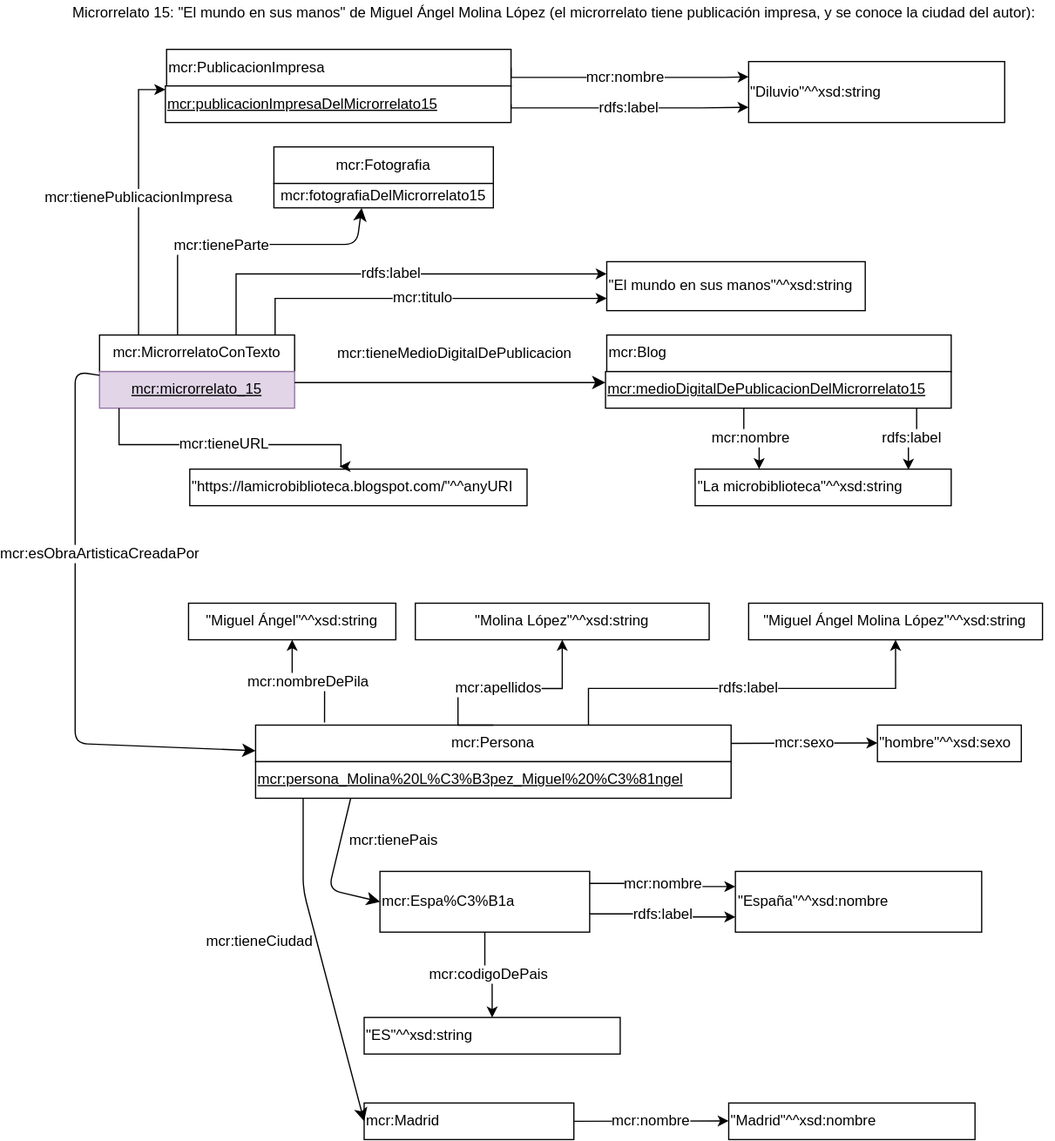
This is microrrelato_015.svg from marianofl1971/microrrelatos, a draw.io export, as it was before one commit. Source tidied: cells renumbered, new cells last; positions are measured from the earlier drawing's top-left corner, leaving out a move shared by most shapes. Source of this version:
```xml
<mxGraphModel>
  <root>
    <mxCell id="0" />
    <mxCell id="1" parent="0" />
    <mxCell id="2" value="mcr:MicrorrelatoConTexto" style="rounded=0;whiteSpace=wrap;html=1;snapToPoint=1;points=[[0.1,0],[0.2,0],[0.3,0],[0.4,0],[0.5,0],[0.6,0],[0.7,0],[0.8,0],[0.9,0],[0,0.1],[0,0.3],[0,0.5],[0,0.7],[0,0.9],[0.1,1],[0.2,1],[0.3,1],[0.4,1],[0.5,1],[0.6,1],[0.7,1],[0.8,1],[0.9,1],[1,0.1],[1,0.3],[1,0.5],[1,0.7],[1,0.9]];fontSize=12;" parent="1" vertex="1">
      <mxGeometry x="37" y="274.3" width="160" height="30" as="geometry" />
    </mxCell>
    <mxCell id="3" value="mcr:microrrelato_15" style="rounded=0;whiteSpace=wrap;html=1;snapToPoint=1;points=[[0.1,0],[0.2,0],[0.3,0],[0.4,0],[0.5,0],[0.6,0],[0.7,0],[0.8,0],[0.9,0],[0,0.1],[0,0.3],[0,0.5],[0,0.7],[0,0.9],[0.1,1],[0.2,1],[0.3,1],[0.4,1],[0.5,1],[0.6,1],[0.7,1],[0.8,1],[0.9,1],[1,0.1],[1,0.3],[1,0.5],[1,0.7],[1,0.9]];fontStyle=4;fontSize=12;fillColor=#e1d5e7;strokeColor=#9673a6;" parent="1" vertex="1">
      <mxGeometry x="37" y="304.3" width="160" height="30" as="geometry" />
    </mxCell>
    <mxCell id="4" value="mcr:Persona" style="rounded=0;whiteSpace=wrap;html=1;snapToPoint=1;points=[[0.1,0],[0.2,0],[0.3,0],[0.4,0],[0.5,0],[0.6,0],[0.7,0],[0.8,0],[0.9,0],[0,0.1],[0,0.3],[0,0.5],[0,0.7],[0,0.9],[0.1,1],[0.2,1],[0.3,1],[0.4,1],[0.5,1],[0.6,1],[0.7,1],[0.8,1],[0.9,1],[1,0.1],[1,0.3],[1,0.5],[1,0.7],[1,0.9]];fontSize=12;" parent="1" vertex="1">
      <mxGeometry x="165" y="594.3" width="390" height="30" as="geometry" />
    </mxCell>
    <mxCell id="5" value="mcr:persona_Molina%20L%C3%B3pez_Miguel%20%C3%81ngel" style="rounded=0;whiteSpace=wrap;html=1;snapToPoint=1;points=[[0.1,0],[0.2,0],[0.3,0],[0.4,0],[0.5,0],[0.6,0],[0.7,0],[0.8,0],[0.9,0],[0,0.1],[0,0.3],[0,0.5],[0,0.7],[0,0.9],[0.1,1],[0.2,1],[0.3,1],[0.4,1],[0.5,1],[0.6,1],[0.7,1],[0.8,1],[0.9,1],[1,0.1],[1,0.3],[1,0.5],[1,0.7],[1,0.9]];fontStyle=4;fontSize=12;align=left;" parent="1" vertex="1">
      <mxGeometry x="165" y="624.3" width="390" height="30" as="geometry" />
    </mxCell>
    <mxCell id="6" style="endArrow=classic;html=1;exitX=0;exitY=0.1;exitDx=0;exitDy=0;entryX=0;entryY=0.7;entryDx=0;entryDy=0;endSize=8;fontSize=12;" parent="1" edge="1" source="3" target="4">
      <mxGeometry relative="1" as="geometry">
        <Array as="points">
          <mxPoint x="17" y="304.3" />
          <mxPoint x="17" y="609.3" />
        </Array>
      </mxGeometry>
    </mxCell>
    <mxCell id="7" value="mcr:esObraArtisticaCreadaPor" style="text;html=1;align=center;verticalAlign=middle;labelBackgroundColor=#ffffff;fontSize=12;" parent="6" vertex="1">
      <mxGeometry x="-0.13" relative="1" as="geometry">
        <mxPoint x="19.6" y="-37.2" as="offset" />
      </mxGeometry>
    </mxCell>
    <mxCell id="8" value="&quot;Miguel Ángel&quot;^^xsd:string" style="rounded=0;whiteSpace=wrap;html=1;snapToPoint=1;fontSize=12;" parent="1" vertex="1">
      <mxGeometry x="110" y="494.3" width="170" height="30" as="geometry" />
    </mxCell>
    <mxCell id="9" value="&quot;Molina López&quot;^^xsd:string" style="rounded=0;whiteSpace=wrap;html=1;snapToPoint=1;fontSize=12;" parent="1" vertex="1">
      <mxGeometry x="296" y="494.3" width="241" height="30" as="geometry" />
    </mxCell>
    <mxCell id="10" value="mcr:apellidos" style="edgeStyle=orthogonalEdgeStyle;rounded=0;jettySize=auto;html=1;fontSize=12;entryX=0.5;entryY=1;entryDx=0;entryDy=0;exitX=0.5;exitY=0;exitDx=0;exitDy=0;" parent="1" edge="1" source="4" target="9">
      <mxGeometry relative="1" as="geometry">
        <Array as="points">
          <mxPoint x="331" y="564.3" />
          <mxPoint x="417" y="564.3" />
        </Array>
      </mxGeometry>
    </mxCell>
    <mxCell id="11" value="mcr:&lt;span&gt;Blog&lt;/span&gt;" style="rounded=0;whiteSpace=wrap;html=1;fontSize=12;align=left;" parent="1" vertex="1">
      <mxGeometry x="453" y="274.3" width="282.5" height="30" as="geometry" />
    </mxCell>
    <mxCell id="12" style="endArrow=classic;html=1;exitX=1;exitY=0.3;exitDx=0;exitDy=0;entryX=0;entryY=0.3;entryDx=0;entryDy=0;endSize=8;fontSize=12;" parent="1" edge="1" source="3" target="16">
      <mxGeometry relative="1" as="geometry" />
    </mxCell>
    <mxCell id="13" value="mcr:tieneMedioDigitalDePublicacion" style="text;html=1;align=center;verticalAlign=middle;labelBackgroundColor=#ffffff;fontSize=12;" parent="12" vertex="1">
      <mxGeometry x="-0.13" relative="1" as="geometry">
        <mxPoint x="19.6" y="-24" as="offset" />
      </mxGeometry>
    </mxCell>
    <mxCell id="14" value="&quot;hombre&quot;^^xsd:sexo" style="rounded=0;whiteSpace=wrap;html=1;snapToPoint=1;fontSize=12;align=left;" parent="1" vertex="1">
      <mxGeometry x="675" y="594.3" width="118" height="30" as="geometry" />
    </mxCell>
    <mxCell id="15" value="mcr:sexo" style="edgeStyle=orthogonalEdgeStyle;rounded=0;jettySize=auto;html=1;exitX=1;exitY=0.5;exitDx=0;exitDy=0;fontSize=12;" parent="1" edge="1" source="4" target="14">
      <mxGeometry relative="1" as="geometry" />
    </mxCell>
    <mxCell id="16" value="&lt;u style=&quot;font-size: 12px&quot;&gt;mcr:medioDigitalDePublicacionDelMicrorrelato15&lt;/u&gt;" style="rounded=0;whiteSpace=wrap;html=1;snapToPoint=1;points=[[0.1,0],[0.2,0],[0.3,0],[0.4,0],[0.5,0],[0.6,0],[0.7,0],[0.8,0],[0.9,0],[0,0.1],[0,0.3],[0,0.5],[0,0.7],[0,0.9],[0.1,1],[0.2,1],[0.3,1],[0.4,1],[0.5,1],[0.6,1],[0.7,1],[0.8,1],[0.9,1],[1,0.1],[1,0.3],[1,0.5],[1,0.7],[1,0.9]];fontSize=12;align=left;" parent="1" vertex="1">
      <mxGeometry x="452" y="304.3" width="283.5" height="30" as="geometry" />
    </mxCell>
    <mxCell id="17" value="&quot;La microbiblioteca&quot;^^xsd:string" style="rounded=0;whiteSpace=wrap;html=1;snapToPoint=1;fontSize=12;align=left;" parent="1" vertex="1">
      <mxGeometry x="525.5" y="384.3" width="210" height="30" as="geometry" />
    </mxCell>
    <mxCell id="18" value="rdfs:label" style="edgeStyle=orthogonalEdgeStyle;rounded=0;jettySize=auto;html=1;fontSize=12;exitX=0.9;exitY=1;exitDx=0;exitDy=0;entryX=0.833;entryY=0.018;entryDx=0;entryDy=0;entryPerimeter=0;" parent="1" edge="1" source="16" target="17">
      <mxGeometry relative="1" as="geometry" />
    </mxCell>
    <mxCell id="19" value="&quot;&lt;a href=&quot;https://lamicrobiblioteca.blogspot.com/&quot; target=&quot;_blank&quot;&gt;https://lamicrobiblioteca.blogspot.com/&lt;/a&gt;&quot;^^anyURI" style="rounded=0;whiteSpace=wrap;html=1;snapToPoint=1;fontSize=12;align=left;fontStyle=0;" parent="1" vertex="1">
      <mxGeometry x="111" y="384.3" width="276.6" height="30" as="geometry" />
    </mxCell>
    <mxCell id="20" value="mcr:tieneURL" style="edgeStyle=orthogonalEdgeStyle;rounded=0;jettySize=auto;html=1;exitX=0.1;exitY=1;exitDx=0;exitDy=0;fontSize=12;entryX=0.444;entryY=-0.071;entryDx=0;entryDy=0;entryPerimeter=0;" parent="1" edge="1" source="3" target="19">
      <mxGeometry relative="1" as="geometry">
        <Array as="points">
          <mxPoint x="53" y="364.3" />
          <mxPoint x="235" y="364.3" />
        </Array>
      </mxGeometry>
    </mxCell>
    <mxCell id="21" value="mcr:Espa%C3%B1a" style="rounded=0;whiteSpace=wrap;html=1;snapToPoint=1;points=[[0.1,0],[0.2,0],[0.3,0],[0.4,0],[0.5,0],[0.6,0],[0.7,0],[0.8,0],[0.9,0],[0,0.1],[0,0.3],[0,0.5],[0,0.7],[0,0.9],[0.1,1],[0.2,1],[0.3,1],[0.4,1],[0.5,1],[0.6,1],[0.7,1],[0.8,1],[0.9,1],[1,0.1],[1,0.3],[1,0.5],[1,0.7],[1,0.9]];fontSize=12;align=left;" parent="1" vertex="1">
      <mxGeometry x="267" y="714.3" width="172" height="49.8" as="geometry" />
    </mxCell>
    <mxCell id="22" style="endArrow=classic;html=1;entryX=0;entryY=0.5;entryDx=0;entryDy=0;endSize=8;fontSize=12;exitX=0.2;exitY=1;exitDx=0;exitDy=0;" parent="1" edge="1" source="5" target="21">
      <mxGeometry relative="1" as="geometry">
        <Array as="points">
          <mxPoint x="225" y="729.3" />
        </Array>
      </mxGeometry>
    </mxCell>
    <mxCell id="23" value="mcr:tienePais" style="text;html=1;align=center;verticalAlign=middle;labelBackgroundColor=#ffffff;fontSize=12;" parent="22" vertex="1">
      <mxGeometry x="-0.13" relative="1" as="geometry">
        <mxPoint x="47.3" y="-17.2" as="offset" />
      </mxGeometry>
    </mxCell>
    <mxCell id="24" value="&quot;España&quot;^^xsd:nombre" style="rounded=0;whiteSpace=wrap;html=1;snapToPoint=1;fontSize=12;align=left;" parent="1" vertex="1">
      <mxGeometry x="558.5" y="714.3" width="202" height="49.8" as="geometry" />
    </mxCell>
    <mxCell id="25" value="mcr:nombre" style="edgeStyle=orthogonalEdgeStyle;rounded=0;jettySize=auto;html=1;fontSize=12;entryX=0;entryY=0.25;entryDx=0;entryDy=0;" parent="1" edge="1" target="24">
      <mxGeometry relative="1" as="geometry">
        <mxPoint x="438.8" y="724.2" as="sourcePoint" />
      </mxGeometry>
    </mxCell>
    <mxCell id="26" value="&quot;El mundo en sus manos&quot;^^xsd:string" style="rounded=0;whiteSpace=wrap;html=1;snapToPoint=1;fontSize=12;align=left;" parent="1" vertex="1">
      <mxGeometry x="453" y="214.2" width="212" height="40.2" as="geometry" />
    </mxCell>
    <mxCell id="27" value="mcr:titulo" style="edgeStyle=orthogonalEdgeStyle;rounded=0;jettySize=auto;html=1;exitX=0.9;exitY=0;exitDx=0;exitDy=0;fontSize=12;entryX=0;entryY=0.75;entryDx=0;entryDy=0;" parent="1" edge="1" source="2" target="26">
      <mxGeometry relative="1" as="geometry" />
    </mxCell>
    <mxCell id="28" value="mcr:nombreDePila" style="edgeStyle=orthogonalEdgeStyle;rounded=0;jettySize=auto;html=1;exitX=0.145;exitY=-0.071;exitDx=0;exitDy=0;fontSize=12;exitPerimeter=0;entryX=0.5;entryY=1;entryDx=0;entryDy=0;" parent="1" edge="1" source="4" target="8">
      <mxGeometry relative="1" as="geometry" />
    </mxCell>
    <mxCell id="29" value="Microrrelato 15: &quot;El mundo en sus manos&quot; de Miguel Ángel Molina López (el microrrelato tiene publicación impresa, y se conoce la ciudad del autor):" style="text;html=1;strokeColor=none;fillColor=none;align=center;verticalAlign=middle;whiteSpace=wrap;rounded=0;fontSize=12;" parent="1" vertex="1">
      <mxGeometry width="820" height="20" as="geometry" />
    </mxCell>
    <mxCell id="30" value="mcr:Madrid" style="rounded=0;whiteSpace=wrap;html=1;snapToPoint=1;points=[[0.1,0],[0.2,0],[0.3,0],[0.4,0],[0.5,0],[0.6,0],[0.7,0],[0.8,0],[0.9,0],[0,0.1],[0,0.3],[0,0.5],[0,0.7],[0,0.9],[0.1,1],[0.2,1],[0.3,1],[0.4,1],[0.5,1],[0.6,1],[0.7,1],[0.8,1],[0.9,1],[1,0.1],[1,0.3],[1,0.5],[1,0.7],[1,0.9]];fontSize=12;align=left;" parent="1" vertex="1">
      <mxGeometry x="254" y="904.3" width="172" height="30" as="geometry" />
    </mxCell>
    <mxCell id="31" value="&quot;Madrid&quot;^^xsd:nombre" style="rounded=0;whiteSpace=wrap;html=1;snapToPoint=1;fontSize=12;align=left;" parent="1" vertex="1">
      <mxGeometry x="553" y="904.3" width="202" height="30" as="geometry" />
    </mxCell>
    <mxCell id="32" value="mcr:nombre" style="edgeStyle=orthogonalEdgeStyle;rounded=0;jettySize=auto;html=1;exitX=1;exitY=0.5;exitDx=0;exitDy=0;fontSize=12;" parent="1" edge="1" source="30" target="31">
      <mxGeometry relative="1" as="geometry" />
    </mxCell>
    <mxCell id="33" style="endArrow=classic;html=1;exitX=0.1;exitY=1;exitDx=0;exitDy=0;entryX=0;entryY=0.5;entryDx=0;entryDy=0;endSize=8;fontSize=12;" parent="1" edge="1" source="5" target="30">
      <mxGeometry relative="1" as="geometry">
        <Array as="points">
          <mxPoint x="204" y="729.3" />
        </Array>
      </mxGeometry>
    </mxCell>
    <mxCell id="34" value="mcr:tieneCiudad" style="text;html=1;align=center;verticalAlign=middle;labelBackgroundColor=#ffffff;fontSize=12;" parent="33" vertex="1">
      <mxGeometry x="-0.13" relative="1" as="geometry">
        <mxPoint x="-47.3" y="-0.4" as="offset" />
      </mxGeometry>
    </mxCell>
    <mxCell id="35" value="mcr:&lt;span&gt;PublicacionImpresa&lt;/span&gt;" style="rounded=0;whiteSpace=wrap;html=1;snapToPoint=1;points=[[0.1,0],[0.2,0],[0.3,0],[0.4,0],[0.5,0],[0.6,0],[0.7,0],[0.8,0],[0.9,0],[0,0.1],[0,0.3],[0,0.5],[0,0.7],[0,0.9],[0.1,1],[0.2,1],[0.3,1],[0.4,1],[0.5,1],[0.6,1],[0.7,1],[0.8,1],[0.9,1],[1,0.1],[1,0.3],[1,0.5],[1,0.7],[1,0.9]];fontSize=12;align=left;" parent="1" vertex="1">
      <mxGeometry x="92" y="40" width="282.5" height="30" as="geometry" />
    </mxCell>
    <mxCell id="36" value="&lt;u style=&quot;font-size: 12px&quot;&gt;mcr:publicacionImpresaDelMicrorrelato15&lt;/u&gt;" style="rounded=0;whiteSpace=wrap;html=1;snapToPoint=1;points=[[0.1,0],[0.2,0],[0.3,0],[0.4,0],[0.5,0],[0.6,0],[0.7,0],[0.8,0],[0.9,0],[0,0.1],[0,0.3],[0,0.5],[0,0.7],[0,0.9],[0.1,1],[0.2,1],[0.3,1],[0.4,1],[0.5,1],[0.6,1],[0.7,1],[0.8,1],[0.9,1],[1,0.1],[1,0.3],[1,0.5],[1,0.7],[1,0.9]];fontSize=12;align=left;" parent="1" vertex="1">
      <mxGeometry x="91" y="70" width="283.5" height="30" as="geometry" />
    </mxCell>
    <mxCell id="37" value="&quot;Diluvio&quot;^^xsd:string" style="rounded=0;whiteSpace=wrap;html=1;snapToPoint=1;fontSize=12;align=left;" parent="1" vertex="1">
      <mxGeometry x="569.4" y="50" width="210" height="50" as="geometry" />
    </mxCell>
    <mxCell id="38" value="mcr:nombre" style="edgeStyle=orthogonalEdgeStyle;rounded=0;jettySize=auto;html=1;fontSize=12;exitX=1;exitY=0.5;exitDx=0;exitDy=0;entryX=0;entryY=0.25;entryDx=0;entryDy=0;" parent="1" edge="1" source="35" target="37">
      <mxGeometry relative="1" as="geometry">
        <Array as="points">
          <mxPoint x="375" y="63" />
          <mxPoint x="550" y="63" />
        </Array>
      </mxGeometry>
    </mxCell>
    <mxCell id="39" value="mcr:tienePublicacionImpresa" style="edgeStyle=orthogonalEdgeStyle;rounded=0;jettySize=auto;html=1;exitX=0.2;exitY=0;exitDx=0;exitDy=0;fontSize=12;entryX=0;entryY=0.1;entryDx=0;entryDy=0;" parent="1" edge="1" source="2" target="36">
      <mxGeometry relative="1" as="geometry" />
    </mxCell>
    <mxCell id="40" value="&quot;ES&quot;^^xsd:string" style="rounded=0;whiteSpace=wrap;html=1;snapToPoint=1;fontSize=12;align=left;" parent="1" vertex="1">
      <mxGeometry x="254" y="834.2" width="210" height="30" as="geometry" />
    </mxCell>
    <mxCell id="41" value="mcr:codigoDePais" style="edgeStyle=orthogonalEdgeStyle;rounded=0;jettySize=auto;html=1;fontSize=12;entryX=0.5;entryY=0;entryDx=0;entryDy=0;" parent="1" edge="1" source="21" target="40">
      <mxGeometry relative="1" as="geometry" />
    </mxCell>
    <mxCell id="42" value="rdfs:label" style="edgeStyle=orthogonalEdgeStyle;rounded=0;jettySize=auto;html=1;exitX=0.7;exitY=0;exitDx=0;exitDy=0;fontSize=12;entryX=0;entryY=0.25;entryDx=0;entryDy=0;" parent="1" edge="1" source="2" target="26">
      <mxGeometry relative="1" as="geometry" />
    </mxCell>
    <mxCell id="43" value="rdfs:label" style="edgeStyle=orthogonalEdgeStyle;rounded=0;jettySize=auto;html=1;fontSize=12;exitX=1;exitY=0.5;exitDx=0;exitDy=0;entryX=0;entryY=0.75;entryDx=0;entryDy=0;" parent="1" edge="1" source="36" target="37">
      <mxGeometry relative="1" as="geometry">
        <Array as="points">
          <mxPoint x="375" y="88" />
          <mxPoint x="530" y="88" />
        </Array>
      </mxGeometry>
    </mxCell>
    <mxCell id="44" value="&quot;Miguel Ángel Molina López&quot;^^xsd:string" style="rounded=0;whiteSpace=wrap;html=1;snapToPoint=1;fontSize=12;" parent="1" vertex="1">
      <mxGeometry x="569.4" y="494.3" width="241" height="30" as="geometry" />
    </mxCell>
    <mxCell id="45" value="rdfs:label" style="edgeStyle=orthogonalEdgeStyle;rounded=0;jettySize=auto;html=1;fontSize=12;entryX=0.5;entryY=1;entryDx=0;entryDy=0;exitX=0.7;exitY=0;exitDx=0;exitDy=0;" parent="1" edge="1" source="4" target="44">
      <mxGeometry relative="1" as="geometry">
        <Array as="points">
          <mxPoint x="437.8" y="564.2" />
          <mxPoint x="689.8" y="564.2" />
        </Array>
      </mxGeometry>
    </mxCell>
    <mxCell id="46" value="rdfs:label" style="edgeStyle=orthogonalEdgeStyle;rounded=0;jettySize=auto;html=1;fontSize=12;entryX=0;entryY=0.75;entryDx=0;entryDy=0;exitX=1;exitY=0.7;exitDx=0;exitDy=0;" parent="1" edge="1" source="21" target="24">
      <mxGeometry relative="1" as="geometry" />
    </mxCell>
    <mxCell id="47" value="mcr:nombre" style="edgeStyle=orthogonalEdgeStyle;rounded=0;jettySize=auto;html=1;fontSize=12;exitX=0.4;exitY=1;exitDx=0;exitDy=0;entryX=0.25;entryY=0;entryDx=0;entryDy=0;" parent="1" edge="1" source="16" target="17">
      <mxGeometry relative="1" as="geometry" />
    </mxCell>
    <mxCell id="48" value="mcr:Fotografia" style="rounded=0;whiteSpace=wrap;html=1;" parent="1" vertex="1">
      <mxGeometry x="180" y="120" width="180" height="30" as="geometry" />
    </mxCell>
    <mxCell id="49" value="mcr:fotografiaDelMicrorrelato15" style="rounded=0;whiteSpace=wrap;html=1;snapToPoint=1;points=[[0.1,0],[0.2,0],[0.3,0],[0.4,0],[0.5,0],[0.6,0],[0.7,0],[0.8,0],[0.9,0],[0,0.1],[0,0.3],[0,0.5],[0,0.7],[0,0.9],[0.1,1],[0.2,1],[0.3,1],[0.4,1],[0.5,1],[0.6,1],[0.7,1],[0.8,1],[0.9,1],[1,0.1],[1,0.3],[1,0.5],[1,0.7],[1,0.9]];" parent="1" vertex="1">
      <mxGeometry x="180" y="150" width="180" height="20" as="geometry" />
    </mxCell>
    <mxCell id="50" style="endArrow=classic;html=1;exitX=0.4;exitY=0;exitDx=0;exitDy=0;entryX=0.4;entryY=1;entryDx=0;entryDy=0;endSize=8;" parent="1" edge="1" source="2" target="49">
      <mxGeometry relative="1" as="geometry">
        <Array as="points">
          <mxPoint x="101" y="200" />
          <mxPoint x="248" y="200" />
        </Array>
      </mxGeometry>
    </mxCell>
    <mxCell id="51" value="mcr:tieneParte" style="text;html=1;align=center;verticalAlign=middle;labelBackgroundColor=#ffffff;" parent="50" vertex="1">
      <mxGeometry x="-0.13" relative="1" as="geometry" />
    </mxCell>
  </root>
</mxGraphModel>
```
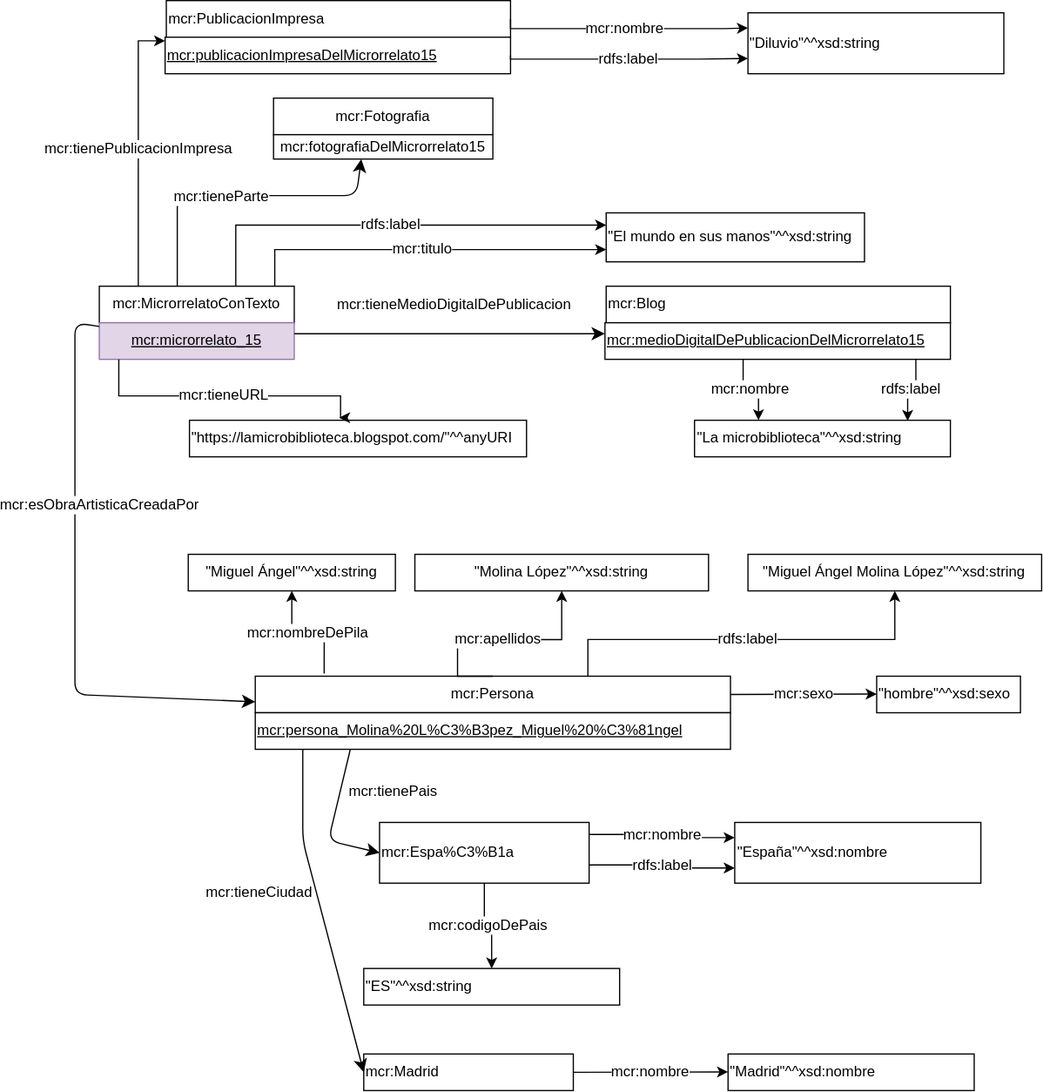
After the commit.

What changed in the source:
```diff
@@ -110,9 +110,6 @@
     <mxCell id="28" value="mcr:nombreDePila" style="edgeStyle=orthogonalEdgeStyle;rounded=0;jettySize=auto;html=1;exitX=0.145;exitY=-0.071;exitDx=0;exitDy=0;fontSize=12;exitPerimeter=0;entryX=0.5;entryY=1;entryDx=0;entryDy=0;" parent="1" edge="1" source="4" target="8">
       <mxGeometry relative="1" as="geometry" />
     </mxCell>
-    <mxCell id="29" value="Microrrelato 15: &quot;El mundo en sus manos&quot; de Miguel Ángel Molina López (el microrrelato tiene publicación impresa, y se conoce la ciudad del autor):" style="text;html=1;strokeColor=none;fillColor=none;align=center;verticalAlign=middle;whiteSpace=wrap;rounded=0;fontSize=12;" parent="1" vertex="1">
-      <mxGeometry width="820" height="20" as="geometry" />
-    </mxCell>
     <mxCell id="30" value="mcr:Madrid" style="rounded=0;whiteSpace=wrap;html=1;snapToPoint=1;points=[[0.1,0],[0.2,0],[0.3,0],[0.4,0],[0.5,0],[0.6,0],[0.7,0],[0.8,0],[0.9,0],[0,0.1],[0,0.3],[0,0.5],[0,0.7],[0,0.9],[0.1,1],[0.2,1],[0.3,1],[0.4,1],[0.5,1],[0.6,1],[0.7,1],[0.8,1],[0.9,1],[1,0.1],[1,0.3],[1,0.5],[1,0.7],[1,0.9]];fontSize=12;align=left;" parent="1" vertex="1">
       <mxGeometry x="254" y="904.3" width="172" height="30" as="geometry" />
     </mxCell>
```
